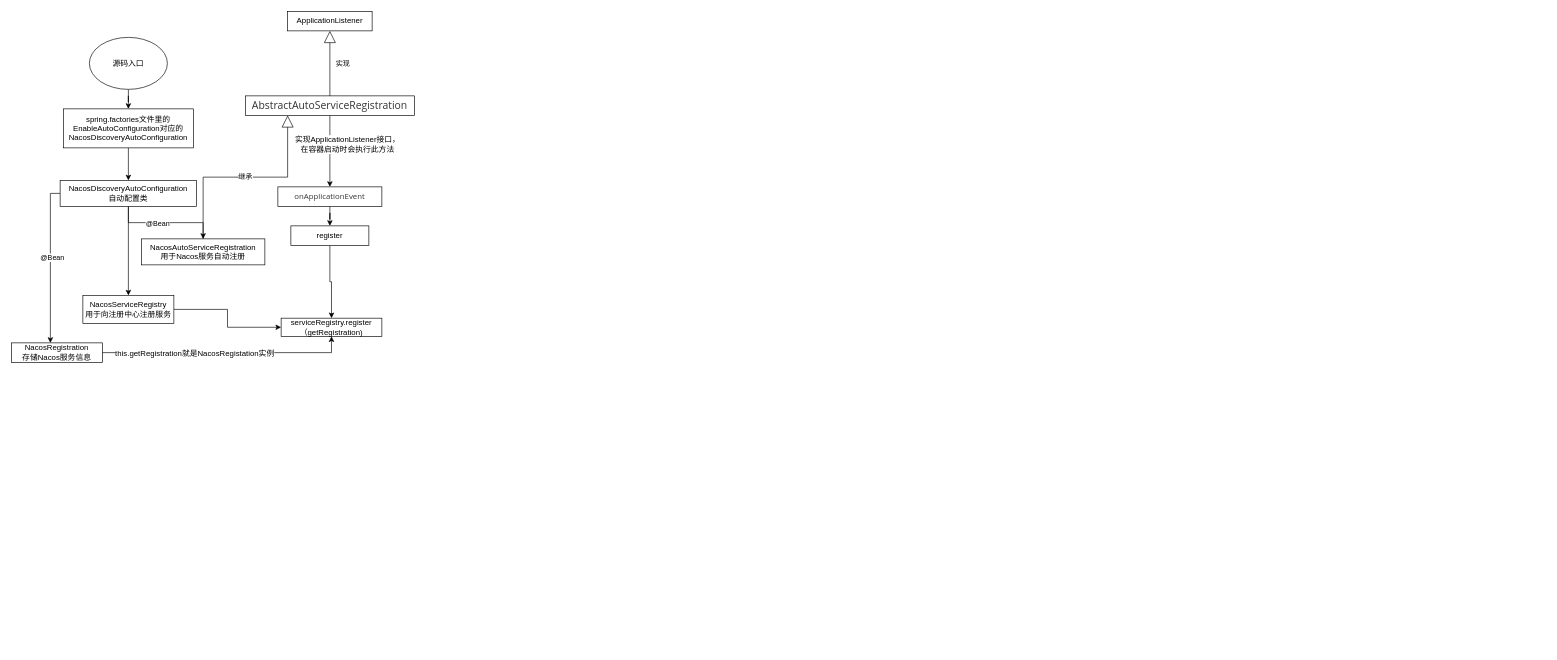
Earlier version of the draw.io diagram Nacos源码解析.drawio (linbingxing/mind). Source tidied: cells renumbered, new cells numbered last; positions are measured from the earlier drawing's top-left corner, leaving out a move shared by most shapes. Both pictures are drawn from the tidied source at 65%, with x=0, y=0 at pixel (11, 11).
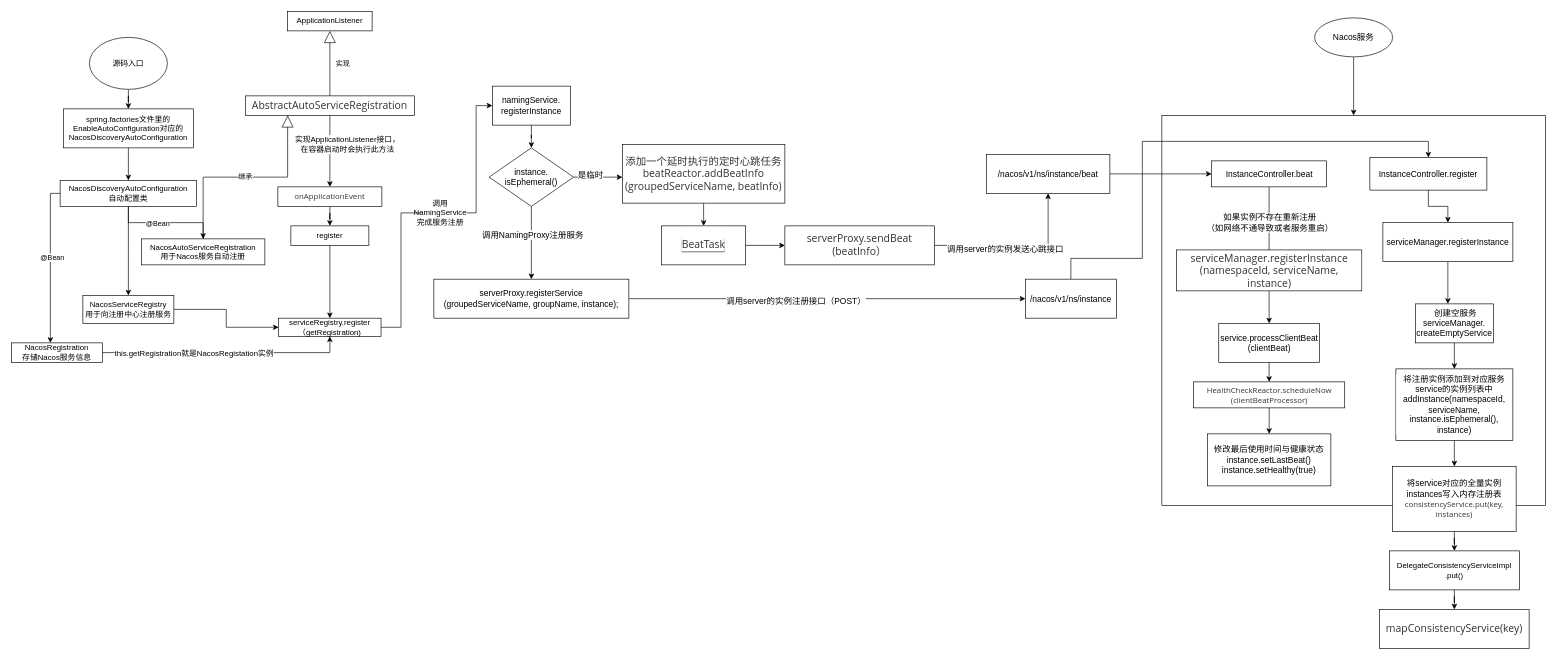
The same diagram, later.

Commit message:
更新Nacos源码解析.drawio

Diff of the diagram source:
```diff
@@
+    <mxCell id="29" style="rounded=0;whiteSpace=wrap;html=1;labelBackgroundColor=#FFFFFF;fontSize=13;strokeColor=#000000;" parent="1" vertex="1">
+      <mxGeometry x="1770" y="160" width="590" height="600" as="geometry" />
+    </mxCell>
@@
+    <mxCell id="30" style="edgeStyle=orthogonalEdgeStyle;rounded=0;jettySize=auto;html=1;entryX=0;entryY=0.5;entryDx=0;entryDy=0;fontSize=12;startArrow=none;" parent="1" edge="1" source="33" target="32">
+      <mxGeometry relative="1" as="geometry" />
+    </mxCell>
     <mxCell id="28" value="serviceRegistry.register&lt;br&gt;（getRegistration)" style="whiteSpace=wrap;html=1;strokeColor=#000000;rounded=0;" parent="1" vertex="1">
-      <mxGeometry x="415" y="472" width="155" height="28" as="geometry" />
+      <mxGeometry x="411.2" y="472" width="157.5" height="28" as="geometry" />
     </mxCell>
+    <mxCell id="31" style="edgeStyle=orthogonalEdgeStyle;rounded=0;jettySize=auto;html=1;fontSize=13;" parent="1" edge="1" source="32" target="39">
+      <mxGeometry relative="1" as="geometry" />
+    </mxCell>
+    <mxCell id="32" value="namingService.&lt;br style=&quot;font-size: 13px;&quot;&gt;registerInstance" style="rounded=0;whiteSpace=wrap;html=1;labelBackgroundColor=#FFFFFF;fontSize=13;strokeColor=#000000;" parent="1" vertex="1">
+      <mxGeometry x="740" y="115" width="120" height="60" as="geometry" />
+    </mxCell>
+    <mxCell id="33" value="调用NamingService完成服务注册" style="text;html=1;strokeColor=none;fillColor=none;align=center;verticalAlign=middle;whiteSpace=wrap;rounded=0;labelBackgroundColor=#FFFFFF;fontSize=12;" parent="1" vertex="1">
+      <mxGeometry x="630" y="295" width="60" height="30" as="geometry" />
+    </mxCell>
+    <mxCell id="34" style="edgeStyle=orthogonalEdgeStyle;rounded=0;jettySize=auto;html=1;entryX=0;entryY=0.5;entryDx=0;entryDy=0;fontSize=12;endArrow=none;" parent="1" edge="1" source="28" target="33">
+      <mxGeometry relative="1" as="geometry" />
+    </mxCell>
+    <mxCell id="35" style="edgeStyle=orthogonalEdgeStyle;rounded=0;jettySize=auto;html=1;fontSize=13;" parent="1" edge="1" source="39" target="42">
+      <mxGeometry relative="1" as="geometry" />
+    </mxCell>
+    <mxCell id="36" value="调用NamingProxy注册服务" style="edgeLabel;html=1;align=center;verticalAlign=middle;fontSize=13;" parent="35" vertex="1">
+      <mxGeometry x="-0.24" y="1" relative="1" as="geometry" />
+    </mxCell>
+    <mxCell id="37" style="edgeStyle=orthogonalEdgeStyle;rounded=0;jettySize=auto;html=1;fontSize=13;" parent="1" edge="1" source="39" target="44">
+      <mxGeometry relative="1" as="geometry">
+        <Array as="points">
+          <mxPoint x="950" y="255" />
+          <mxPoint x="950" y="255" />
+        </Array>
+      </mxGeometry>
+    </mxCell>
+    <mxCell id="38" value="是临时" style="edgeLabel;html=1;align=center;verticalAlign=middle;fontSize=13;" parent="37" vertex="1">
+      <mxGeometry x="-0.34" y="4" relative="1" as="geometry" />
+    </mxCell>
+    <mxCell id="39" value="instance.&lt;br&gt;isEphemeral()" style="rhombus;whiteSpace=wrap;html=1;fontSize=13;strokeColor=#000000;rounded=0;labelBackgroundColor=#FFFFFF;" parent="1" vertex="1">
+      <mxGeometry x="735" y="210" width="130" height="90" as="geometry" />
+    </mxCell>
+    <mxCell id="40" style="edgeStyle=orthogonalEdgeStyle;rounded=0;jettySize=auto;html=1;fontSize=13;" parent="1" edge="1" source="42" target="51">
+      <mxGeometry relative="1" as="geometry" />
+    </mxCell>
+    <mxCell id="41" value="调用server的实例注册接口（POST）" style="edgeLabel;html=1;align=center;verticalAlign=middle;fontSize=13;" parent="40" vertex="1">
+      <mxGeometry x="-0.16" y="-2" relative="1" as="geometry" />
+    </mxCell>
+    <mxCell id="42" value="serverProxy.registerService&lt;br&gt;(groupedServiceName, groupName, instance);" style="whiteSpace=wrap;html=1;fontSize=13;strokeColor=#000000;rounded=0;labelBackgroundColor=#FFFFFF;" parent="1" vertex="1">
+      <mxGeometry x="650" y="412" width="300" height="60" as="geometry" />
+    </mxCell>
+    <mxCell id="43" style="edgeStyle=orthogonalEdgeStyle;rounded=0;jettySize=auto;html=1;fontSize=13;" parent="1" edge="1" source="44" target="46">
+      <mxGeometry relative="1" as="geometry" />
+    </mxCell>
+    <mxCell id="44" value="&lt;span style=&quot;color: rgb(51 , 51 , 51) ; font-family: &amp;#34;open sans&amp;#34; , &amp;#34;clear sans&amp;#34; , &amp;#34;helvetica neue&amp;#34; , &amp;#34;helvetica&amp;#34; , &amp;#34;arial&amp;#34; , &amp;#34;segoe ui emoji&amp;#34; , sans-serif ; font-size: 16px&quot;&gt;添加一个延时执行的定时心跳任务&lt;br&gt;beatReactor.addBeatInfo&lt;br&gt;(groupedServiceName, beatInfo)&lt;/span&gt;" style="whiteSpace=wrap;html=1;fontSize=13;strokeColor=#000000;rounded=0;labelBackgroundColor=#FFFFFF;" parent="1" vertex="1">
+      <mxGeometry x="940" y="205" width="250" height="90" as="geometry" />
+    </mxCell>
+    <mxCell id="45" style="edgeStyle=orthogonalEdgeStyle;rounded=0;jettySize=auto;html=1;fontSize=13;" parent="1" edge="1" source="46" target="49">
+      <mxGeometry relative="1" as="geometry" />
+    </mxCell>
+    <mxCell id="46" value="&lt;pre style=&quot;background-color: #2b2b2b ; color: #a9b7c6 ; font-family: &amp;#34;consolas&amp;#34; ; font-size: 13.5pt&quot;&gt;&lt;span style=&quot;color: rgb(51 , 51 , 51) ; font-family: &amp;#34;open sans&amp;#34; , &amp;#34;clear sans&amp;#34; , &amp;#34;helvetica neue&amp;#34; , &amp;#34;helvetica&amp;#34; , &amp;#34;arial&amp;#34; , &amp;#34;segoe ui emoji&amp;#34; , sans-serif ; font-size: 16px ; background-color: rgb(255 , 255 , 255)&quot;&gt;BeatTask&lt;/span&gt;&lt;br&gt;&lt;/pre&gt;" style="whiteSpace=wrap;html=1;fontSize=13;strokeColor=#000000;rounded=0;labelBackgroundColor=#FFFFFF;" parent="1" vertex="1">
+      <mxGeometry x="1000.2" y="330" width="129.5" height="60" as="geometry" />
+    </mxCell>
+    <mxCell id="47" style="edgeStyle=orthogonalEdgeStyle;rounded=0;jettySize=auto;html=1;fontSize=13;" parent="1" edge="1" source="49" target="53">
+      <mxGeometry relative="1" as="geometry" />
+    </mxCell>
+    <mxCell id="48" value="调用server的实例发送心跳接口" style="edgeLabel;html=1;align=center;verticalAlign=middle;fontSize=13;" parent="47" vertex="1">
+      <mxGeometry x="-0.15" y="-4" relative="1" as="geometry" />
+    </mxCell>
+    <mxCell id="49" value="&lt;span style=&quot;color: rgb(51 , 51 , 51) ; font-family: &amp;#34;open sans&amp;#34; , &amp;#34;clear sans&amp;#34; , &amp;#34;helvetica neue&amp;#34; , &amp;#34;helvetica&amp;#34; , &amp;#34;arial&amp;#34; , &amp;#34;segoe ui emoji&amp;#34; , sans-serif ; font-size: 16px&quot;&gt;serverProxy.sendBeat&lt;br&gt;(beatInfo）&lt;/span&gt;" style="whiteSpace=wrap;html=1;fontSize=13;strokeColor=#000000;rounded=0;labelBackgroundColor=#FFFFFF;" parent="1" vertex="1">
+      <mxGeometry x="1190" y="330" width="230" height="60" as="geometry" />
+    </mxCell>
+    <mxCell id="50" style="edgeStyle=orthogonalEdgeStyle;rounded=0;jettySize=auto;html=1;entryX=0.5;entryY=0;entryDx=0;entryDy=0;fontSize=12;" parent="1" edge="1" source="51" target="58">
+      <mxGeometry relative="1" as="geometry">
+        <Array as="points">
+          <mxPoint x="1630" y="380" />
+          <mxPoint x="1740" y="380" />
+          <mxPoint x="1740" y="200" />
+          <mxPoint x="2180" y="200" />
+        </Array>
+      </mxGeometry>
+    </mxCell>
+    <mxCell id="51" value="/nacos/v1/ns/instance" style="whiteSpace=wrap;html=1;fontSize=13;strokeColor=#000000;rounded=0;labelBackgroundColor=#FFFFFF;" parent="1" vertex="1">
+      <mxGeometry x="1560" y="412" width="140" height="60" as="geometry" />
+    </mxCell>
+    <mxCell id="52" style="edgeStyle=orthogonalEdgeStyle;rounded=0;jettySize=auto;html=1;entryX=0;entryY=0.5;entryDx=0;entryDy=0;fontSize=13;" parent="1" edge="1" source="53" target="56">
+      <mxGeometry relative="1" as="geometry" />
+    </mxCell>
+    <mxCell id="53" value="/nacos/v1/ns/instance/beat" style="whiteSpace=wrap;html=1;fontSize=13;strokeColor=#000000;rounded=0;labelBackgroundColor=#FFFFFF;" parent="1" vertex="1">
+      <mxGeometry x="1500" y="220" width="190" height="60" as="geometry" />
+    </mxCell>
+    <mxCell id="54" style="edgeStyle=orthogonalEdgeStyle;rounded=0;jettySize=auto;html=1;fontSize=13;entryX=0.5;entryY=0;entryDx=0;entryDy=0;" parent="1" edge="1" source="56" target="62">
+      <mxGeometry relative="1" as="geometry">
+        <Array as="points">
+          <mxPoint x="1935" y="380" />
+          <mxPoint x="1935" y="380" />
+        </Array>
+      </mxGeometry>
+    </mxCell>
+    <mxCell id="55" value="&lt;span&gt;如果实例不存在重新注册&lt;br&gt;（如网络不通导致或者服务重启）&lt;/span&gt;" style="edgeLabel;html=1;align=center;verticalAlign=middle;fontSize=13;" parent="54" vertex="1">
+      <mxGeometry x="-0.13" relative="1" as="geometry" />
+    </mxCell>
+    <mxCell id="56" value="InstanceController.beat" style="rounded=0;whiteSpace=wrap;html=1;labelBackgroundColor=#FFFFFF;fontSize=13;strokeColor=#000000;" parent="1" vertex="1">
+      <mxGeometry x="1846.5" y="230" width="177" height="40" as="geometry" />
+    </mxCell>
+    <mxCell id="57" style="edgeStyle=orthogonalEdgeStyle;rounded=0;jettySize=auto;html=1;fontSize=12;" parent="1" edge="1" source="58" target="69">
+      <mxGeometry relative="1" as="geometry" />
+    </mxCell>
+    <mxCell id="58" value="InstanceController.register" style="whiteSpace=wrap;html=1;fontSize=13;strokeColor=#000000;rounded=0;labelBackgroundColor=#FFFFFF;" parent="1" vertex="1">
+      <mxGeometry x="2090" y="225" width="180" height="50" as="geometry" />
+    </mxCell>
+    <mxCell id="59" style="edgeStyle=orthogonalEdgeStyle;rounded=0;jettySize=auto;html=1;fontSize=13;" parent="1" edge="1" source="60" target="29">
+      <mxGeometry relative="1" as="geometry" />
+    </mxCell>
+    <mxCell id="60" value="Nacos服务" style="ellipse;whiteSpace=wrap;html=1;labelBackgroundColor=#FFFFFF;fontSize=13;strokeColor=#000000;" parent="1" vertex="1">
+      <mxGeometry x="2005" y="10" width="120" height="60" as="geometry" />
+    </mxCell>
+    <mxCell id="61" style="edgeStyle=orthogonalEdgeStyle;rounded=0;jettySize=auto;html=1;fontSize=13;" parent="1" edge="1" source="62" target="64">
+      <mxGeometry relative="1" as="geometry" />
+    </mxCell>
+    <mxCell id="62" value="&lt;span style=&quot;color: rgb(51 , 51 , 51) ; font-family: &amp;#34;open sans&amp;#34; , &amp;#34;clear sans&amp;#34; , &amp;#34;helvetica neue&amp;#34; , &amp;#34;helvetica&amp;#34; , &amp;#34;arial&amp;#34; , &amp;#34;segoe ui emoji&amp;#34; , sans-serif ; font-size: 16px&quot;&gt;serviceManager.registerInstance&lt;br&gt;(namespaceId, serviceName, instance)&lt;/span&gt;" style="whiteSpace=wrap;html=1;fontSize=13;strokeColor=#000000;rounded=0;labelBackgroundColor=#FFFFFF;" parent="1" vertex="1">
+      <mxGeometry x="1792.5" y="367" width="285" height="63" as="geometry" />
+    </mxCell>
+    <mxCell id="63" style="edgeStyle=orthogonalEdgeStyle;rounded=0;jettySize=auto;html=1;fontSize=13;" parent="1" edge="1" source="64" target="66">
+      <mxGeometry relative="1" as="geometry" />
+    </mxCell>
+    <mxCell id="64" value="service.processClientBeat&lt;br&gt;(clientBeat)" style="whiteSpace=wrap;html=1;fontSize=13;strokeColor=#000000;rounded=0;labelBackgroundColor=#FFFFFF;" parent="1" vertex="1">
+      <mxGeometry x="1857.5" y="480" width="155" height="60" as="geometry" />
+    </mxCell>
+    <mxCell id="65" style="edgeStyle=orthogonalEdgeStyle;rounded=0;jettySize=auto;html=1;fontSize=12;" parent="1" edge="1" source="66" target="67">
+      <mxGeometry relative="1" as="geometry" />
+    </mxCell>
+    <mxCell id="66" value="&lt;span style=&quot;color: rgb(51 , 51 , 51) ; font-family: &amp;#34;open sans&amp;#34; , &amp;#34;clear sans&amp;#34; , &amp;#34;helvetica neue&amp;#34; , &amp;#34;helvetica&amp;#34; , &amp;#34;arial&amp;#34; , &amp;#34;segoe ui emoji&amp;#34; , sans-serif ; font-size: 12px&quot;&gt;HealthCheckReactor.scheduleNow&lt;br&gt;(clientBeatProcessor)&lt;/span&gt;" style="whiteSpace=wrap;html=1;fontSize=13;strokeColor=#000000;rounded=0;labelBackgroundColor=#FFFFFF;" parent="1" vertex="1">
+      <mxGeometry x="1818.8" y="570" width="232.5" height="40" as="geometry" />
+    </mxCell>
+    <mxCell id="67" value="修改最后使用时间与健康状态&lt;br&gt;instance.setLastBeat()&lt;br&gt;instance.setHealthy(true)" style="whiteSpace=wrap;html=1;fontSize=13;strokeColor=#000000;rounded=0;labelBackgroundColor=#FFFFFF;" parent="1" vertex="1">
+      <mxGeometry x="1840" y="650" width="190" height="80" as="geometry" />
+    </mxCell>
+    <mxCell id="68" style="edgeStyle=orthogonalEdgeStyle;rounded=0;jettySize=auto;html=1;fontSize=12;" parent="1" edge="1" source="69" target="71">
+      <mxGeometry relative="1" as="geometry">
+        <Array as="points">
+          <mxPoint x="2200" y="460" />
+          <mxPoint x="2200" y="460" />
+        </Array>
+      </mxGeometry>
+    </mxCell>
+    <mxCell id="69" value="serviceManager.registerInstance" style="whiteSpace=wrap;html=1;fontSize=13;strokeColor=#000000;rounded=0;labelBackgroundColor=#FFFFFF;" parent="1" vertex="1">
+      <mxGeometry x="2110" y="325" width="200" height="60" as="geometry" />
+    </mxCell>
+    <mxCell id="70" style="edgeStyle=orthogonalEdgeStyle;rounded=0;jettySize=auto;html=1;fontSize=12;" parent="1" edge="1" source="71" target="73">
+      <mxGeometry relative="1" as="geometry" />
+    </mxCell>
+    <mxCell id="71" value="&amp;nbsp;创建空服务&lt;br&gt;serviceManager.&lt;br&gt;createEmptyService" style="whiteSpace=wrap;html=1;fontSize=13;strokeColor=#000000;rounded=0;labelBackgroundColor=#FFFFFF;" parent="1" vertex="1">
+      <mxGeometry x="2160" y="450" width="120" height="60" as="geometry" />
+    </mxCell>
+    <mxCell id="72" style="edgeStyle=orthogonalEdgeStyle;rounded=0;jettySize=auto;html=1;fontSize=12;" parent="1" edge="1" source="73" target="75">
+      <mxGeometry relative="1" as="geometry" />
+    </mxCell>
+    <mxCell id="73" value="将注册实例添加到对应服务service的实例列表中&lt;br&gt;addInstance(namespaceId, serviceName, instance.isEphemeral(), instance)" style="whiteSpace=wrap;html=1;fontSize=13;strokeColor=#000000;rounded=0;labelBackgroundColor=#FFFFFF;" parent="1" vertex="1">
+      <mxGeometry x="2130" y="550" width="180" height="110" as="geometry" />
+    </mxCell>
+    <mxCell id="74" style="edgeStyle=orthogonalEdgeStyle;rounded=0;jettySize=auto;html=1;fontSize=12;" parent="1" edge="1" source="75" target="77">
+      <mxGeometry relative="1" as="geometry" />
+    </mxCell>
+    <mxCell id="75" value="将service对应的全量实例instances写入内存注册表&lt;br&gt;&lt;span style=&quot;color: rgb(51 , 51 , 51) ; font-family: &amp;#34;open sans&amp;#34; , &amp;#34;clear sans&amp;#34; , &amp;#34;helvetica neue&amp;#34; , &amp;#34;helvetica&amp;#34; , &amp;#34;arial&amp;#34; , &amp;#34;segoe ui emoji&amp;#34; , sans-serif&quot;&gt;&lt;font style=&quot;font-size: 12px&quot;&gt;consistencyService.put(key, instances)&lt;/font&gt;&lt;/span&gt;" style="whiteSpace=wrap;html=1;fontSize=13;strokeColor=#000000;rounded=0;labelBackgroundColor=#FFFFFF;" parent="1" vertex="1">
+      <mxGeometry x="2125" y="700" width="190" height="100" as="geometry" />
+    </mxCell>
+    <mxCell id="76" style="edgeStyle=orthogonalEdgeStyle;rounded=0;jettySize=auto;html=1;fontSize=12;" parent="1" edge="1" source="77" target="78">
+      <mxGeometry relative="1" as="geometry" />
+    </mxCell>
+    <mxCell id="77" value="DelegateConsistencyServiceImpl&lt;br&gt;.put()" style="whiteSpace=wrap;html=1;fontSize=12;strokeColor=#000000;rounded=0;labelBackgroundColor=#FFFFFF;" parent="1" vertex="1">
+      <mxGeometry x="2120" y="830" width="200" height="60" as="geometry" />
+    </mxCell>
+    <mxCell id="78" value="&lt;span style=&quot;color: rgb(51 , 51 , 51) ; font-family: &amp;#34;open sans&amp;#34; , &amp;#34;clear sans&amp;#34; , &amp;#34;helvetica neue&amp;#34; , &amp;#34;helvetica&amp;#34; , &amp;#34;arial&amp;#34; , &amp;#34;segoe ui emoji&amp;#34; , sans-serif ; font-size: 16px&quot;&gt;mapConsistencyService(key)&lt;/span&gt;" style="whiteSpace=wrap;html=1;strokeColor=#000000;rounded=0;labelBackgroundColor=#FFFFFF;" parent="1" vertex="1">
+      <mxGeometry x="2105" y="920" width="230" height="60" as="geometry" />
+    </mxCell>
```
